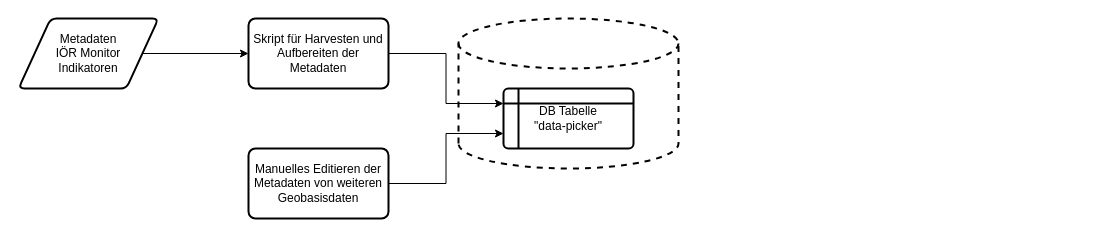
Before: sora/ioer-data-picker_data_flow.drawio in traveller195/draw_io, a draw.io diagram. Source tidied: cells renumbered, new cells numbered last; positions are measured from the earlier drawing's top-left corner, leaving out a move shared by most shapes. Both pictures are drawn from the tidied source at 100%, with x=0, y=0 at pixel (18, 18).
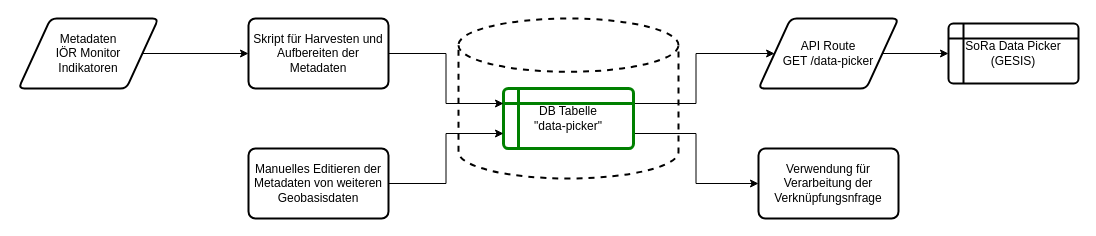
The same diagram, later.

Diff of the diagram source:
```diff
@@
 <mxGraphModel>
   <root>
     <mxCell id="0" />
     <mxCell id="1" parent="0" />
     <mxCell id="2" style="strokeWidth=2;html=1;shape=mxgraph.flowchart.database;whiteSpace=wrap;dashed=1;" parent="1" vertex="1">
-      <mxGeometry x="440" width="220" height="150" as="geometry" />
+      <mxGeometry x="440" width="220" height="160" as="geometry" />
     </mxCell>
     <mxCell id="3" style="edgeStyle=orthogonalEdgeStyle;rounded=0;jettySize=auto;html=1;exitX=1;exitY=0.5;exitDx=0;exitDy=0;entryX=0;entryY=0.5;entryDx=0;entryDy=0;" parent="1" edge="1" source="4" target="7">
       <mxGeometry relative="1" as="geometry" />
     </mxCell>
     <mxCell id="4" value="&lt;div&gt;Metadaten&lt;/div&gt;&lt;div&gt;IÖR Monitor&lt;/div&gt;&lt;div&gt;Indikatoren&lt;br&gt;&lt;/div&gt;" style="shape=parallelogram;html=1;strokeWidth=2;perimeter=parallelogramPerimeter;whiteSpace=wrap;rounded=1;arcSize=12;size=0.23;" parent="1" vertex="1">
       <mxGeometry width="140" height="70" as="geometry" />
     </mxCell>
+    <mxCell id="10" style="edgeStyle=orthogonalEdgeStyle;rounded=0;jettySize=auto;html=1;exitX=1;exitY=0.25;exitDx=0;exitDy=0;" parent="1" edge="1" source="5" target="13">
+      <mxGeometry relative="1" as="geometry" />
+    </mxCell>
+    <mxCell id="11" style="edgeStyle=orthogonalEdgeStyle;rounded=0;jettySize=auto;html=1;exitX=1;exitY=0.75;exitDx=0;exitDy=0;entryX=0;entryY=0.5;entryDx=0;entryDy=0;" parent="1" edge="1" source="5" target="15">
+      <mxGeometry relative="1" as="geometry" />
+    </mxCell>
-    <mxCell id="5" value="&lt;div&gt;DB Tabelle&lt;/div&gt;&lt;div&gt;&quot;data-picker&quot;&lt;br&gt;&lt;/div&gt;" style="shape=internalStorage;whiteSpace=wrap;html=1;dx=15;dy=15;rounded=1;arcSize=8;strokeWidth=2;strokeColor=#000000;" parent="1" vertex="1">
+    <mxCell id="5" value="&lt;div&gt;DB Tabelle&lt;/div&gt;&lt;div&gt;&quot;data-picker&quot;&lt;br&gt;&lt;/div&gt;" style="shape=internalStorage;whiteSpace=wrap;html=1;dx=15;dy=15;rounded=1;arcSize=8;strokeWidth=3;strokeColor=#008000;" parent="1" vertex="1">
       <mxGeometry x="485" y="70" width="130" height="60" as="geometry" />
     </mxCell>
     <mxCell id="6" style="edgeStyle=orthogonalEdgeStyle;rounded=0;jettySize=auto;html=1;exitX=1;exitY=0.5;exitDx=0;exitDy=0;entryX=0;entryY=0.25;entryDx=0;entryDy=0;" parent="1" edge="1" source="7" target="5">
       <mxGeometry relative="1" as="geometry" />
     </mxCell>
     <mxCell id="7" value="Skript für Harvesten und Aufbereiten der Metadaten" style="rounded=1;whiteSpace=wrap;html=1;absoluteArcSize=1;arcSize=14;strokeWidth=2;" parent="1" vertex="1">
       <mxGeometry x="230" width="140" height="70" as="geometry" />
     </mxCell>
     <mxCell id="8" style="edgeStyle=orthogonalEdgeStyle;rounded=0;jettySize=auto;html=1;exitX=1;exitY=0.5;exitDx=0;exitDy=0;entryX=0;entryY=0.75;entryDx=0;entryDy=0;" parent="1" edge="1" source="9" target="5">
       <mxGeometry relative="1" as="geometry" />
     </mxCell>
     <mxCell id="9" value="Manuelles Editieren der Metadaten von weiteren Geobasisdaten" style="rounded=1;whiteSpace=wrap;html=1;absoluteArcSize=1;arcSize=14;strokeWidth=2;" parent="1" vertex="1">
       <mxGeometry x="230" y="130" width="140" height="70" as="geometry" />
     </mxCell>
+    <mxCell id="12" style="edgeStyle=orthogonalEdgeStyle;rounded=0;jettySize=auto;html=1;exitX=1;exitY=0.5;exitDx=0;exitDy=0;entryX=0;entryY=0.5;entryDx=0;entryDy=0;" parent="1" edge="1" source="13" target="14">
+      <mxGeometry relative="1" as="geometry" />
+    </mxCell>
+    <mxCell id="13" value="&lt;div&gt;API Route &lt;br&gt;&lt;/div&gt;&lt;div&gt;GET /data-picker&lt;br&gt;&lt;/div&gt;" style="shape=parallelogram;html=1;strokeWidth=2;perimeter=parallelogramPerimeter;whiteSpace=wrap;rounded=1;arcSize=12;size=0.23;" parent="1" vertex="1">
+      <mxGeometry x="740" width="140" height="70" as="geometry" />
+    </mxCell>
+    <mxCell id="14" value="&lt;div&gt;SoRa Data Picker (GESIS)&lt;br&gt;&lt;/div&gt;" style="shape=internalStorage;whiteSpace=wrap;html=1;dx=15;dy=15;rounded=1;arcSize=8;strokeWidth=2;strokeColor=#000000;" parent="1" vertex="1">
+      <mxGeometry x="930" y="5" width="130" height="60" as="geometry" />
+    </mxCell>
+    <mxCell id="15" value="Verwendung für Verarbeitung der Verknüpfungsnfrage" style="rounded=1;whiteSpace=wrap;html=1;absoluteArcSize=1;arcSize=14;strokeWidth=2;" parent="1" vertex="1">
+      <mxGeometry x="740" y="130" width="140" height="70" as="geometry" />
+    </mxCell>
   </root>
 </mxGraphModel>
```
